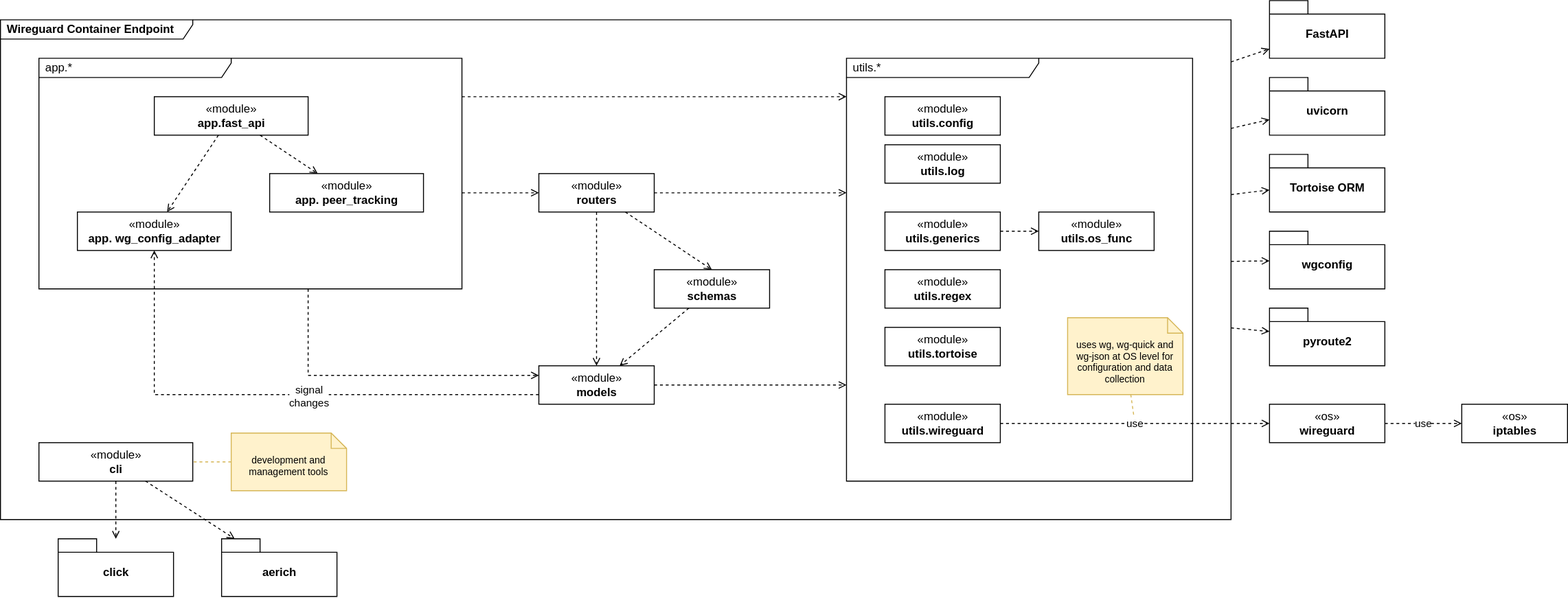
Before: docs/images/modules.drawio.svg, a diagram exported from draw.io (hoelsner/wireguard-container-endpoint). Source tidied: cells renumbered, new cells last; positions are measured from the earlier drawing's top-left corner, leaving out a move shared by most shapes. The source it was exported from:
```xml
<mxGraphModel>
  <root>
    <mxCell id="0" />
    <mxCell id="1" parent="0" />
    <mxCell id="2" value="Wireguard Container Endpoint" style="shape=umlFrame;whiteSpace=wrap;html=1;width=200;height=20;boundedLbl=1;verticalAlign=middle;align=left;spacingLeft=5;fontStyle=1;" parent="1" vertex="1">
      <mxGeometry y="20" width="1280" height="520" as="geometry" />
    </mxCell>
    <mxCell id="3" value="utils.*" style="shape=umlFrame;whiteSpace=wrap;html=1;width=200;height=20;boundedLbl=1;verticalAlign=middle;align=left;spacingLeft=5;fontStyle=0;" parent="1" vertex="1">
      <mxGeometry x="880" y="60" width="360" height="440" as="geometry" />
    </mxCell>
    <mxCell id="4" style="rounded=0;html=1;dashed=1;endArrow=open;endFill=0;endSize=6;" parent="1" edge="1" source="2" target="44">
      <mxGeometry relative="1" as="geometry" />
    </mxCell>
    <mxCell id="5" value="app.*" style="shape=umlFrame;whiteSpace=wrap;html=1;width=200;height=20;boundedLbl=1;verticalAlign=middle;align=left;spacingLeft=5;fontStyle=0;" parent="1" vertex="1">
      <mxGeometry x="40" y="60" width="440" height="240" as="geometry" />
    </mxCell>
    <mxCell id="6" style="edgeStyle=none;html=1;dashed=1;endArrow=open;endFill=0;" parent="1" edge="1" source="2" target="9">
      <mxGeometry relative="1" as="geometry" />
    </mxCell>
    <mxCell id="7" value="«os»&lt;br&gt;&lt;b&gt;wireguard&lt;/b&gt;" style="html=1;" parent="1" vertex="1">
      <mxGeometry x="1320" y="420" width="120" height="40" as="geometry" />
    </mxCell>
    <mxCell id="8" value="«os»&lt;br&gt;&lt;b&gt;iptables&lt;/b&gt;" style="html=1;" parent="1" vertex="1">
      <mxGeometry x="1520" y="420" width="110" height="40" as="geometry" />
    </mxCell>
    <mxCell id="9" value="FastAPI" style="shape=folder;fontStyle=1;spacingTop=10;tabWidth=40;tabHeight=14;tabPosition=left;html=1;" parent="1" vertex="1">
      <mxGeometry x="1320" width="120" height="60" as="geometry" />
    </mxCell>
    <mxCell id="10" value="use" style="endArrow=open;endSize=6;dashed=1;html=1;" parent="1" edge="1" source="7" target="8">
      <mxGeometry relative="1" as="geometry" />
    </mxCell>
    <mxCell id="11" style="edgeStyle=none;html=1;dashed=1;endArrow=open;endFill=0;" parent="1" edge="1" source="2" target="12">
      <mxGeometry relative="1" as="geometry" />
    </mxCell>
    <mxCell id="12" value="uvicorn" style="shape=folder;fontStyle=1;spacingTop=10;tabWidth=40;tabHeight=14;tabPosition=left;html=1;" parent="1" vertex="1">
      <mxGeometry x="1320" y="80" width="120" height="60" as="geometry" />
    </mxCell>
    <mxCell id="13" value="Tortoise ORM" style="shape=folder;fontStyle=1;spacingTop=10;tabWidth=40;tabHeight=14;tabPosition=left;html=1;" parent="1" vertex="1">
      <mxGeometry x="1320" y="160" width="120" height="60" as="geometry" />
    </mxCell>
    <mxCell id="14" style="edgeStyle=none;html=1;dashed=1;endArrow=open;endFill=0;entryX=0;entryY=0;entryDx=0;entryDy=37;entryPerimeter=0;" parent="1" edge="1" source="2" target="13">
      <mxGeometry relative="1" as="geometry" />
    </mxCell>
    <mxCell id="15" style="edgeStyle=orthogonalEdgeStyle;html=1;entryX=0;entryY=0.25;entryDx=0;entryDy=0;dashed=1;endArrow=open;endFill=0;rounded=0;" parent="1" edge="1" source="5" target="32">
      <mxGeometry relative="1" as="geometry">
        <Array as="points">
          <mxPoint x="320" y="390" />
        </Array>
      </mxGeometry>
    </mxCell>
    <mxCell id="16" style="edgeStyle=orthogonalEdgeStyle;html=1;entryX=0;entryY=0.5;entryDx=0;entryDy=0;dashed=1;endArrow=open;endFill=0;rounded=0;" parent="1" edge="1" source="5" target="28">
      <mxGeometry relative="1" as="geometry">
        <Array as="points">
          <mxPoint x="530" y="200" />
          <mxPoint x="530" y="200" />
        </Array>
      </mxGeometry>
    </mxCell>
    <mxCell id="17" style="edgeStyle=none;html=1;dashed=1;endArrow=open;endFill=0;" parent="1" edge="1" source="19" target="21">
      <mxGeometry relative="1" as="geometry" />
    </mxCell>
    <mxCell id="18" style="edgeStyle=none;html=1;dashed=1;endArrow=open;endFill=0;" parent="1" edge="1" source="19" target="22">
      <mxGeometry relative="1" as="geometry" />
    </mxCell>
    <mxCell id="19" value="«module»&lt;br&gt;&lt;b&gt;app.fast_api&lt;/b&gt;" style="html=1;" parent="1" vertex="1">
      <mxGeometry x="160" y="100" width="160" height="40" as="geometry" />
    </mxCell>
    <mxCell id="20" style="edgeStyle=orthogonalEdgeStyle;html=1;dashed=1;endArrow=open;endFill=0;rounded=0;" parent="1" edge="1" source="5" target="3">
      <mxGeometry relative="1" as="geometry">
        <Array as="points">
          <mxPoint x="690" y="100" />
          <mxPoint x="690" y="100" />
        </Array>
      </mxGeometry>
    </mxCell>
    <mxCell id="21" value="«module»&lt;br&gt;&lt;b&gt;app.&lt;/b&gt;&lt;b&gt;peer_tracking&lt;/b&gt;" style="html=1;" parent="1" vertex="1">
      <mxGeometry x="280" y="180" width="160" height="40" as="geometry" />
    </mxCell>
    <mxCell id="22" value="«module»&lt;br&gt;&lt;b&gt;app.&lt;/b&gt;&lt;b&gt;wg_config_adapter&lt;/b&gt;" style="html=1;" parent="1" vertex="1">
      <mxGeometry x="80" y="220" width="160" height="40" as="geometry" />
    </mxCell>
    <mxCell id="23" style="edgeStyle=none;html=1;dashed=1;endArrow=open;endFill=0;" parent="1" edge="1" source="24" target="32">
      <mxGeometry relative="1" as="geometry" />
    </mxCell>
    <mxCell id="24" value="«module»&lt;br&gt;&lt;b&gt;schemas&lt;/b&gt;" style="html=1;" parent="1" vertex="1">
      <mxGeometry x="680" y="280" width="120" height="40" as="geometry" />
    </mxCell>
    <mxCell id="25" style="edgeStyle=orthogonalEdgeStyle;html=1;dashed=1;endArrow=open;endFill=0;rounded=0;" parent="1" edge="1" source="28" target="3">
      <mxGeometry relative="1" as="geometry">
        <Array as="points">
          <mxPoint x="870" y="200" />
          <mxPoint x="870" y="200" />
        </Array>
      </mxGeometry>
    </mxCell>
    <mxCell id="26" style="edgeStyle=none;html=1;entryX=0.5;entryY=0;entryDx=0;entryDy=0;dashed=1;endArrow=open;endFill=0;" parent="1" edge="1" source="28" target="32">
      <mxGeometry relative="1" as="geometry" />
    </mxCell>
    <mxCell id="27" style="edgeStyle=none;html=1;entryX=0.5;entryY=0;entryDx=0;entryDy=0;dashed=1;endArrow=open;endFill=0;" parent="1" edge="1" source="28" target="24">
      <mxGeometry relative="1" as="geometry" />
    </mxCell>
    <mxCell id="28" value="«module»&lt;br&gt;&lt;b&gt;routers&lt;/b&gt;" style="html=1;" parent="1" vertex="1">
      <mxGeometry x="560" y="180" width="120" height="40" as="geometry" />
    </mxCell>
    <mxCell id="29" style="edgeStyle=orthogonalEdgeStyle;html=1;dashed=1;endArrow=open;endFill=0;rounded=0;" parent="1" edge="1" source="32" target="3">
      <mxGeometry relative="1" as="geometry">
        <Array as="points">
          <mxPoint x="860" y="400" />
          <mxPoint x="860" y="400" />
        </Array>
      </mxGeometry>
    </mxCell>
    <mxCell id="30" style="edgeStyle=orthogonalEdgeStyle;html=1;dashed=1;endArrow=open;endFill=0;entryX=0.5;entryY=1;entryDx=0;entryDy=0;exitX=0;exitY=0.75;exitDx=0;exitDy=0;rounded=0;" parent="1" edge="1" source="32" target="22">
      <mxGeometry relative="1" as="geometry" />
    </mxCell>
    <mxCell id="31" value="signal &lt;br&gt;changes" style="edgeLabel;html=1;align=center;verticalAlign=middle;" parent="30" vertex="1">
      <mxGeometry x="-0.13" y="2" relative="1" as="geometry" />
    </mxCell>
    <mxCell id="32" value="«module»&lt;br&gt;&lt;b&gt;models&lt;/b&gt;" style="html=1;" parent="1" vertex="1">
      <mxGeometry x="560" y="380" width="120" height="40" as="geometry" />
    </mxCell>
    <mxCell id="33" value="«module»&lt;br&gt;&lt;b&gt;utils.config&lt;/b&gt;" style="html=1;" parent="1" vertex="1">
      <mxGeometry x="920" y="100" width="120" height="40" as="geometry" />
    </mxCell>
    <mxCell id="34" style="edgeStyle=none;html=1;dashed=1;endArrow=open;endFill=0;" parent="1" edge="1" source="35" target="37">
      <mxGeometry relative="1" as="geometry" />
    </mxCell>
    <mxCell id="35" value="«module»&lt;br&gt;&lt;b&gt;utils.generics&lt;/b&gt;" style="html=1;" parent="1" vertex="1">
      <mxGeometry x="920" y="220" width="120" height="40" as="geometry" />
    </mxCell>
    <mxCell id="36" value="«module»&lt;br&gt;&lt;b&gt;utils.log&lt;/b&gt;" style="html=1;" parent="1" vertex="1">
      <mxGeometry x="920" y="150" width="120" height="40" as="geometry" />
    </mxCell>
    <mxCell id="37" value="«module»&lt;br&gt;&lt;b&gt;utils.os_func&lt;/b&gt;" style="html=1;" parent="1" vertex="1">
      <mxGeometry x="1080" y="220" width="120" height="40" as="geometry" />
    </mxCell>
    <mxCell id="38" value="«module»&lt;br&gt;&lt;b&gt;utils.regex&lt;/b&gt;" style="html=1;" parent="1" vertex="1">
      <mxGeometry x="920" y="280" width="120" height="40" as="geometry" />
    </mxCell>
    <mxCell id="39" value="«module»&lt;br&gt;&lt;b&gt;utils.wireguard&lt;/b&gt;" style="html=1;" parent="1" vertex="1">
      <mxGeometry x="920" y="420" width="120" height="40" as="geometry" />
    </mxCell>
    <mxCell id="40" value="«module»&lt;br&gt;&lt;b&gt;cli&lt;/b&gt;" style="html=1;" parent="1" vertex="1">
      <mxGeometry x="40" y="460" width="160" height="40" as="geometry" />
    </mxCell>
    <mxCell id="41" value="«module»&lt;br&gt;&lt;b&gt;utils.tortoise&lt;/b&gt;" style="html=1;" parent="1" vertex="1">
      <mxGeometry x="920" y="340" width="120" height="40" as="geometry" />
    </mxCell>
    <mxCell id="42" value="wgconfig" style="shape=folder;fontStyle=1;spacingTop=10;tabWidth=40;tabHeight=14;tabPosition=left;html=1;" parent="1" vertex="1">
      <mxGeometry x="1320" y="240" width="120" height="60" as="geometry" />
    </mxCell>
    <mxCell id="43" style="edgeStyle=none;html=1;dashed=1;endArrow=open;endFill=0;" parent="1" edge="1" source="2" target="42">
      <mxGeometry relative="1" as="geometry" />
    </mxCell>
    <mxCell id="44" value="pyroute2" style="shape=folder;fontStyle=1;spacingTop=10;tabWidth=40;tabHeight=14;tabPosition=left;html=1;" parent="1" vertex="1">
      <mxGeometry x="1320" y="320" width="120" height="60" as="geometry" />
    </mxCell>
    <mxCell id="45" style="edgeStyle=none;rounded=0;html=1;dashed=1;fontSize=10;endArrow=none;endFill=0;endSize=6;strokeColor=#D6B656;" parent="1" edge="1" source="46">
      <mxGeometry relative="1" as="geometry">
        <mxPoint x="1180" y="440" as="targetPoint" />
      </mxGeometry>
    </mxCell>
    <mxCell id="46" value="uses wg, wg-quick and wg-json at OS level for configuration and data collection" style="shape=note2;boundedLbl=1;whiteSpace=wrap;html=1;size=16;verticalAlign=top;align=center;fillColor=#fff2cc;strokeColor=#d6b656;fontSize=10;" parent="1" vertex="1">
      <mxGeometry x="1110" y="330" width="120" height="80" as="geometry" />
    </mxCell>
    <mxCell id="47" style="edgeStyle=none;rounded=0;html=1;dashed=1;fontSize=10;endArrow=none;endFill=0;endSize=6;strokeColor=#D6B656;exitX=0;exitY=0.5;exitDx=0;exitDy=0;exitPerimeter=0;" parent="1" edge="1" source="48" target="40">
      <mxGeometry relative="1" as="geometry" />
    </mxCell>
    <mxCell id="48" value="development and management tools" style="shape=note2;boundedLbl=1;whiteSpace=wrap;html=1;size=16;verticalAlign=top;align=center;fillColor=#fff2cc;strokeColor=#d6b656;fontSize=10;" parent="1" vertex="1">
      <mxGeometry x="240" y="450" width="120" height="60" as="geometry" />
    </mxCell>
    <mxCell id="49" style="rounded=0;html=1;dashed=1;endArrow=open;endFill=0;endSize=6;" parent="1" edge="1" source="40" target="50">
      <mxGeometry relative="1" as="geometry" />
    </mxCell>
    <mxCell id="50" value="click" style="shape=folder;fontStyle=1;spacingTop=10;tabWidth=40;tabHeight=14;tabPosition=left;html=1;" parent="1" vertex="1">
      <mxGeometry x="60" y="560" width="120" height="60" as="geometry" />
    </mxCell>
    <mxCell id="51" value="use" style="endArrow=open;endSize=6;dashed=1;html=1;" parent="1" edge="1" source="39" target="7">
      <mxGeometry relative="1" as="geometry" />
    </mxCell>
    <mxCell id="52" value="aerich" style="shape=folder;fontStyle=1;spacingTop=10;tabWidth=40;tabHeight=14;tabPosition=left;html=1;" parent="1" vertex="1">
      <mxGeometry x="230" y="560" width="120" height="60" as="geometry" />
    </mxCell>
    <mxCell id="53" style="rounded=0;html=1;dashed=1;endArrow=open;endFill=0;endSize=6;" parent="1" edge="1" source="40" target="52">
      <mxGeometry relative="1" as="geometry" />
    </mxCell>
  </root>
</mxGraphModel>
```
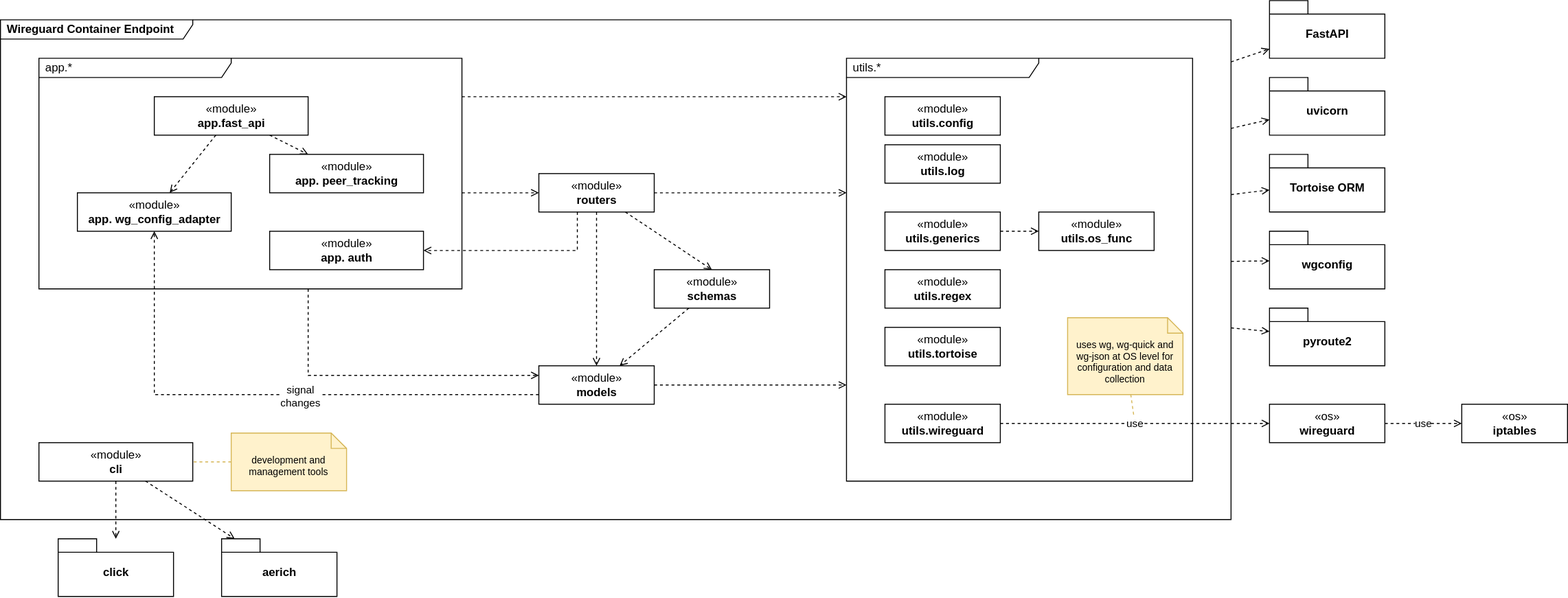
Later version of the same file.

The edit, as a diff of the source:
```diff
@@ -74,10 +74,10 @@
       </mxGeometry>
     </mxCell>
     <mxCell id="21" value="«module»&lt;br&gt;&lt;b&gt;app.&lt;/b&gt;&lt;b&gt;peer_tracking&lt;/b&gt;" style="html=1;" parent="1" vertex="1">
-      <mxGeometry x="280" y="180" width="160" height="40" as="geometry" />
+      <mxGeometry x="280" y="160" width="160" height="40" as="geometry" />
     </mxCell>
     <mxCell id="22" value="«module»&lt;br&gt;&lt;b&gt;app.&lt;/b&gt;&lt;b&gt;wg_config_adapter&lt;/b&gt;" style="html=1;" parent="1" vertex="1">
-      <mxGeometry x="80" y="220" width="160" height="40" as="geometry" />
+      <mxGeometry x="80" y="200" width="160" height="40" as="geometry" />
     </mxCell>
     <mxCell id="23" style="edgeStyle=none;html=1;dashed=1;endArrow=open;endFill=0;" parent="1" edge="1" source="24" target="32">
       <mxGeometry relative="1" as="geometry" />
@@ -184,5 +184,15 @@
     <mxCell id="53" style="rounded=0;html=1;dashed=1;endArrow=open;endFill=0;endSize=6;" parent="1" edge="1" source="40" target="52">
       <mxGeometry relative="1" as="geometry" />
     </mxCell>
+    <mxCell id="54" value="«module»&lt;br&gt;&lt;b&gt;app.&lt;/b&gt;&lt;b&gt;auth&lt;/b&gt;" style="html=1;" parent="1" vertex="1">
+      <mxGeometry x="280" y="240" width="160" height="40" as="geometry" />
+    </mxCell>
+    <mxCell id="55" style="html=1;dashed=1;endArrow=open;endFill=0;rounded=0;edgeStyle=orthogonalEdgeStyle;" parent="1" edge="1" source="28" target="54">
+      <mxGeometry relative="1" as="geometry">
+        <Array as="points">
+          <mxPoint x="600" y="260" />
+        </Array>
+      </mxGeometry>
+    </mxCell>
   </root>
 </mxGraphModel>
```
